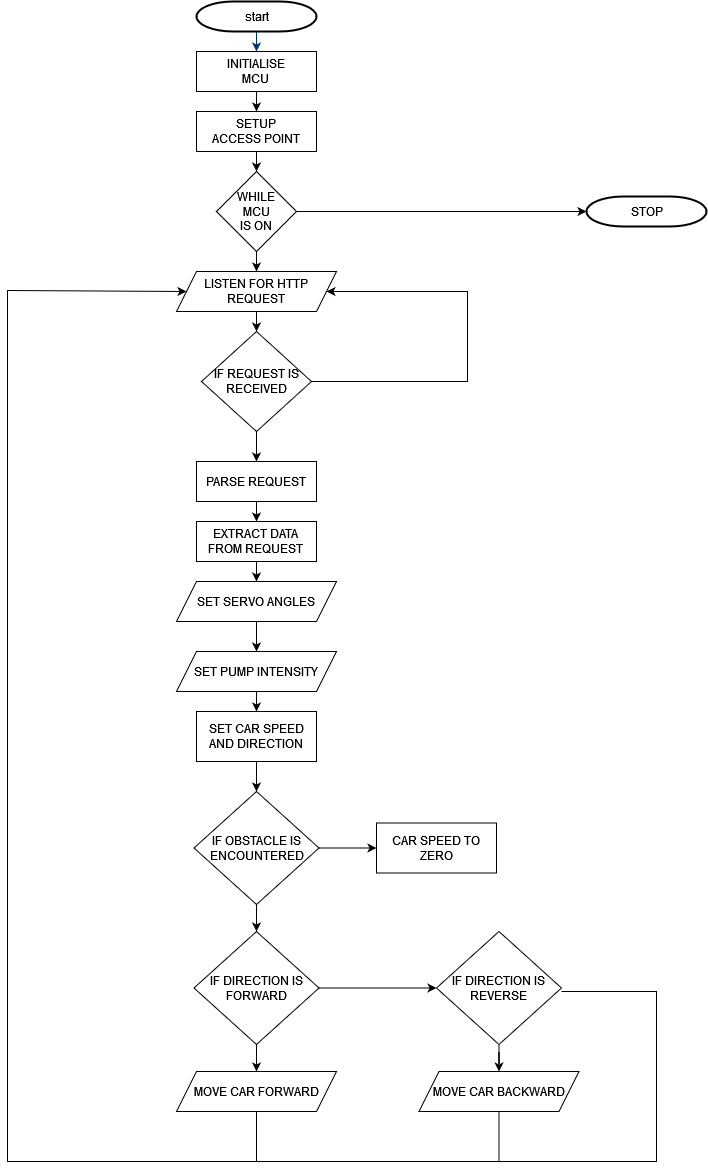
This is MCU.png from nahiim/nahiim, a draw.io export, as it was before one commit. Source tidied: cells renumbered, new cells last; positions are measured from the earlier drawing's top-left corner, leaving out a move shared by most shapes.
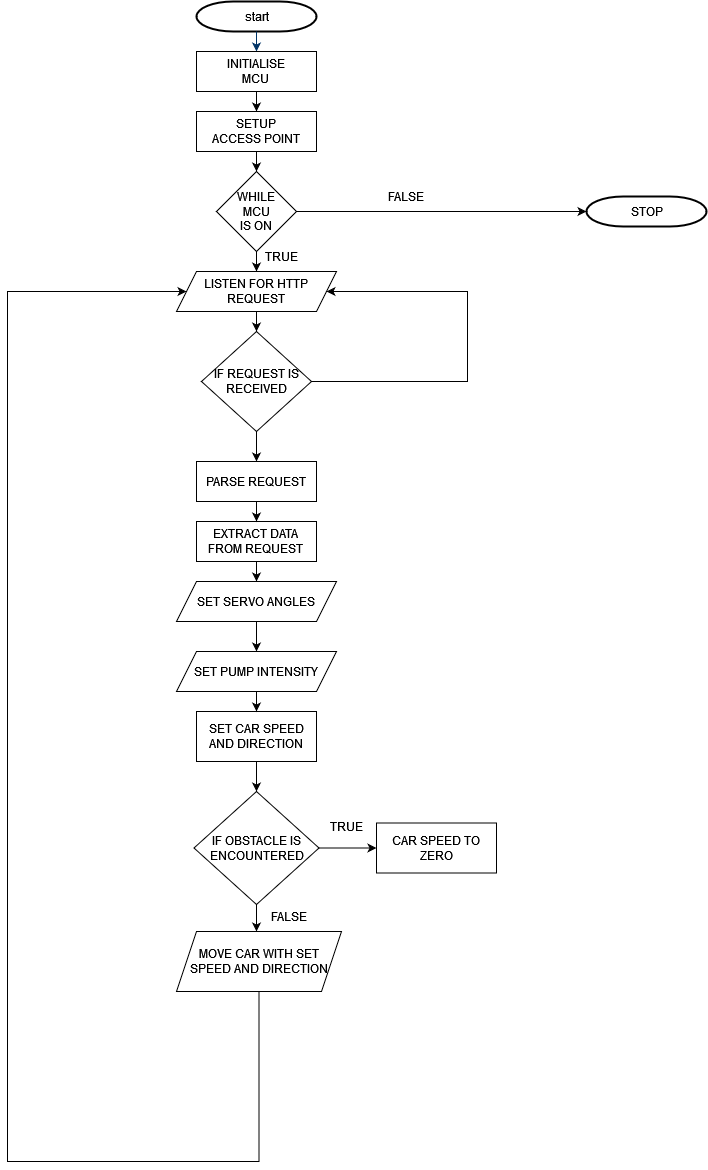
After the change.

Diff of the diagram source:
```diff
@@ -87,8 +87,10 @@
     <mxCell id="27" value="SET PUMP INTENSITY" style="shape=parallelogram;perimeter=parallelogramPerimeter;whiteSpace=wrap;html=1;fixedSize=1;" parent="1" vertex="1">
       <mxGeometry x="169" y="650" width="160" height="40" as="geometry" />
     </mxCell>
-    <mxCell id="28" style="edgeStyle=orthogonalEdgeStyle;rounded=0;jettySize=auto;html=1;" parent="1" edge="1" source="30" target="34">
-      <mxGeometry relative="1" as="geometry" />
+    <mxCell id="28" style="edgeStyle=orthogonalEdgeStyle;rounded=0;jettySize=auto;html=1;" parent="1" edge="1" source="30">
+      <mxGeometry relative="1" as="geometry">
+        <mxPoint x="249" y="930" as="targetPoint" />
+      </mxGeometry>
     </mxCell>
     <mxCell id="29" style="edgeStyle=orthogonalEdgeStyle;rounded=0;jettySize=auto;html=1;" parent="1" edge="1" source="30" target="31">
       <mxGeometry relative="1" as="geometry" />
@@ -99,54 +101,32 @@
     <mxCell id="31" value="CAR SPEED TO ZERO" style="rounded=0;whiteSpace=wrap;html=1;" parent="1" vertex="1">
       <mxGeometry x="369" y="821.5" width="120" height="50" as="geometry" />
     </mxCell>
-    <mxCell id="32" style="edgeStyle=orthogonalEdgeStyle;rounded=0;jettySize=auto;html=1;" parent="1" edge="1" source="34" target="37">
-      <mxGeometry relative="1" as="geometry" />
-    </mxCell>
-    <mxCell id="33" style="edgeStyle=orthogonalEdgeStyle;rounded=0;jettySize=auto;html=1;entryX=0;entryY=0.5;entryDx=0;entryDy=0;" parent="1" edge="1" source="34" target="36">
-      <mxGeometry relative="1" as="geometry" />
-    </mxCell>
-    <mxCell id="34" value="IF DIRECTION IS FORWARD" style="rhombus;whiteSpace=wrap;html=1;" parent="1" vertex="1">
-      <mxGeometry x="186.5" y="930" width="125" height="113" as="geometry" />
-    </mxCell>
-    <mxCell id="35" style="edgeStyle=orthogonalEdgeStyle;rounded=0;jettySize=auto;html=1;entryX=0.5;entryY=0;entryDx=0;entryDy=0;" parent="1" edge="1" source="36" target="39">
-      <mxGeometry relative="1" as="geometry" />
-    </mxCell>
-    <mxCell id="36" value="IF DIRECTION IS REVERSE" style="rhombus;whiteSpace=wrap;html=1;" parent="1" vertex="1">
-      <mxGeometry x="429" y="930" width="125" height="113" as="geometry" />
-    </mxCell>
-    <mxCell id="37" value="MOVE CAR FORWARD" style="shape=parallelogram;perimeter=parallelogramPerimeter;whiteSpace=wrap;html=1;fixedSize=1;" parent="1" vertex="1">
-      <mxGeometry x="169" y="1070" width="160" height="40" as="geometry" />
-    </mxCell>
-    <mxCell id="38" style="edgeStyle=orthogonalEdgeStyle;rounded=0;jettySize=auto;html=1;entryX=0;entryY=0.5;entryDx=0;entryDy=0;" parent="1" edge="1" source="39" target="13">
+    <mxCell id="38" style="edgeStyle=orthogonalEdgeStyle;rounded=0;jettySize=auto;html=1;entryX=0;entryY=0.5;entryDx=0;entryDy=0;exitX=0.5;exitY=1;exitDx=0;exitDy=0;" parent="1" edge="1" source="47" target="13">
       <mxGeometry relative="1" as="geometry">
         <Array as="points">
-          <mxPoint x="492" y="1160" />
+          <mxPoint x="252" y="1160" />
           <mxPoint y="1160" />
-          <mxPoint y="289" />
+          <mxPoint y="290" />
         </Array>
       </mxGeometry>
     </mxCell>
-    <mxCell id="39" value="MOVE CAR BACKWARD" style="shape=parallelogram;perimeter=parallelogramPerimeter;whiteSpace=wrap;html=1;fixedSize=1;" parent="1" vertex="1">
-      <mxGeometry x="411.5" y="1070" width="160" height="40" as="geometry" />
-    </mxCell>
-    <mxCell id="40" style="endArrow=none;html=1;rounded=0;" parent="1" edge="1">
-      <mxGeometry relative="1" as="geometry">
-        <mxPoint x="249" y="1160" as="sourcePoint" />
-        <mxPoint x="249" y="1110" as="targetPoint" />
-      </mxGeometry>
-    </mxCell>
     <mxCell id="41" value="&lt;div&gt;STOP&lt;/div&gt;" style="shape=mxgraph.flowchart.terminator;strokeWidth=2;gradientColor=none;gradientDirection=north;fontStyle=0;html=1;" parent="1" vertex="1">
       <mxGeometry x="579" y="195" width="120" height="30" as="geometry" />
     </mxCell>
-    <mxCell id="42" style="endArrow=none;html=1;rounded=0;" parent="1" edge="1">
-      <mxGeometry relative="1" as="geometry">
-        <mxPoint x="554" y="990" as="sourcePoint" />
-        <mxPoint x="489" y="1160" as="targetPoint" />
-        <Array as="points">
-          <mxPoint x="649" y="990" />
-          <mxPoint x="649" y="1160" />
-        </Array>
-      </mxGeometry>
-    </mxCell>
+    <mxCell id="43" value="TRUE" style="text;html=1;strokeColor=none;fillColor=none;align=center;verticalAlign=middle;whiteSpace=wrap;rounded=0;" parent="1" vertex="1">
+      <mxGeometry x="244" y="240" width="60" height="30" as="geometry" />
+    </mxCell>
+    <mxCell id="44" value="FALSE" style="text;html=1;strokeColor=none;fillColor=none;align=center;verticalAlign=middle;whiteSpace=wrap;rounded=0;" parent="1" vertex="1">
+      <mxGeometry x="369" y="180" width="60" height="30" as="geometry" />
+    </mxCell>
+    <mxCell id="45" value="TRUE" style="text;html=1;strokeColor=none;fillColor=none;align=center;verticalAlign=middle;whiteSpace=wrap;rounded=0;" parent="1" vertex="1">
+      <mxGeometry x="309" y="810" width="60" height="30" as="geometry" />
+    </mxCell>
+    <mxCell id="46" value="FALSE" style="text;html=1;strokeColor=none;fillColor=none;align=center;verticalAlign=middle;whiteSpace=wrap;rounded=0;" parent="1" vertex="1">
+      <mxGeometry x="251.5" y="900" width="60" height="30" as="geometry" />
+    </mxCell>
+    <mxCell id="47" value="MOVE CAR WITH SET SPEED AND DIRECTION" style="shape=parallelogram;perimeter=parallelogramPerimeter;whiteSpace=wrap;html=1;fixedSize=1;" parent="1" vertex="1">
+      <mxGeometry x="169" y="930" width="165" height="60" as="geometry" />
+    </mxCell>
   </root>
 </mxGraphModel>
```
